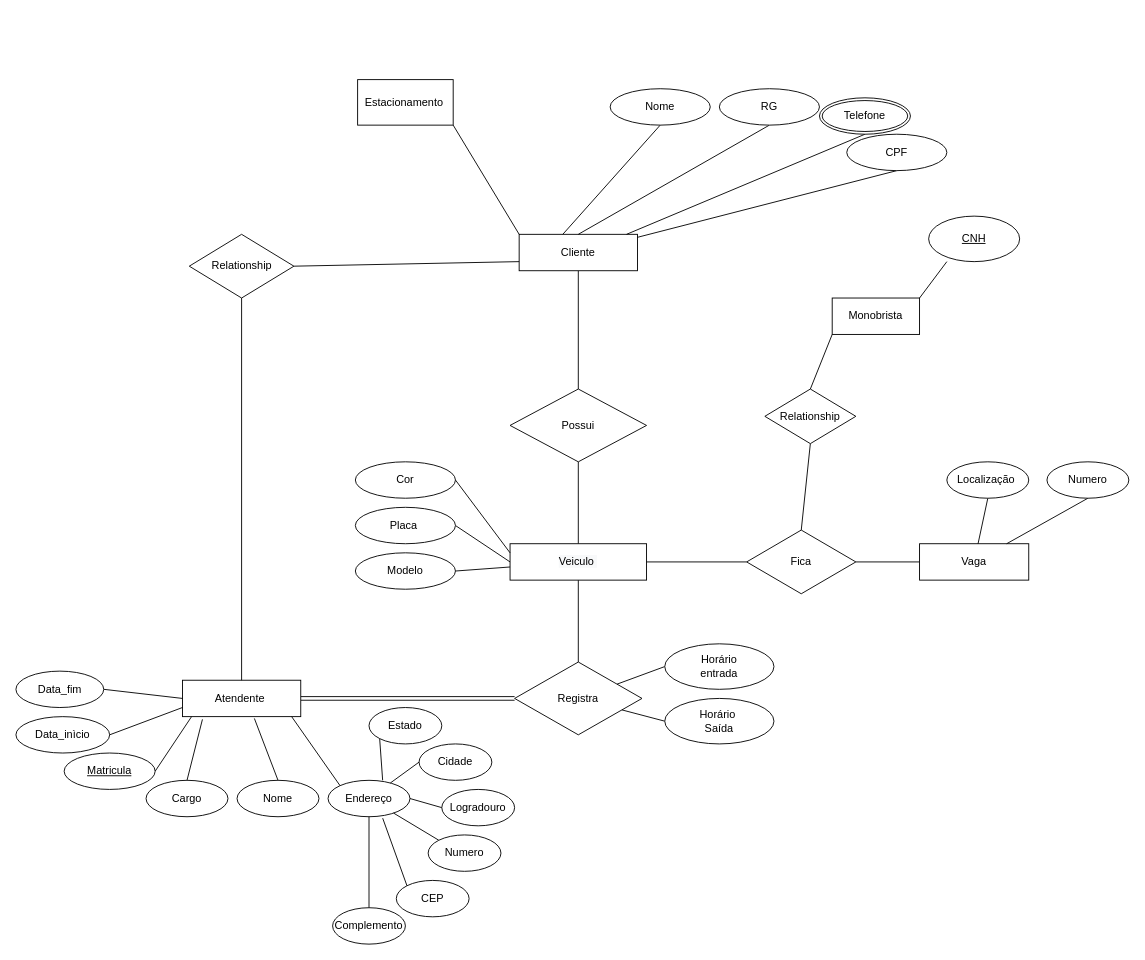
Before: page "Page-1" (1 of 3) of AC2 - BD.drawio in sgmtec1/banco-de-dados, a draw.io diagram. Source tidied: cells renumbered, new cells numbered last; positions are measured from the earlier drawing's top-left corner, leaving out a move shared by most shapes. Both pictures are drawn from the tidied source at 91%, with x=0, y=0 at pixel (15, 79).
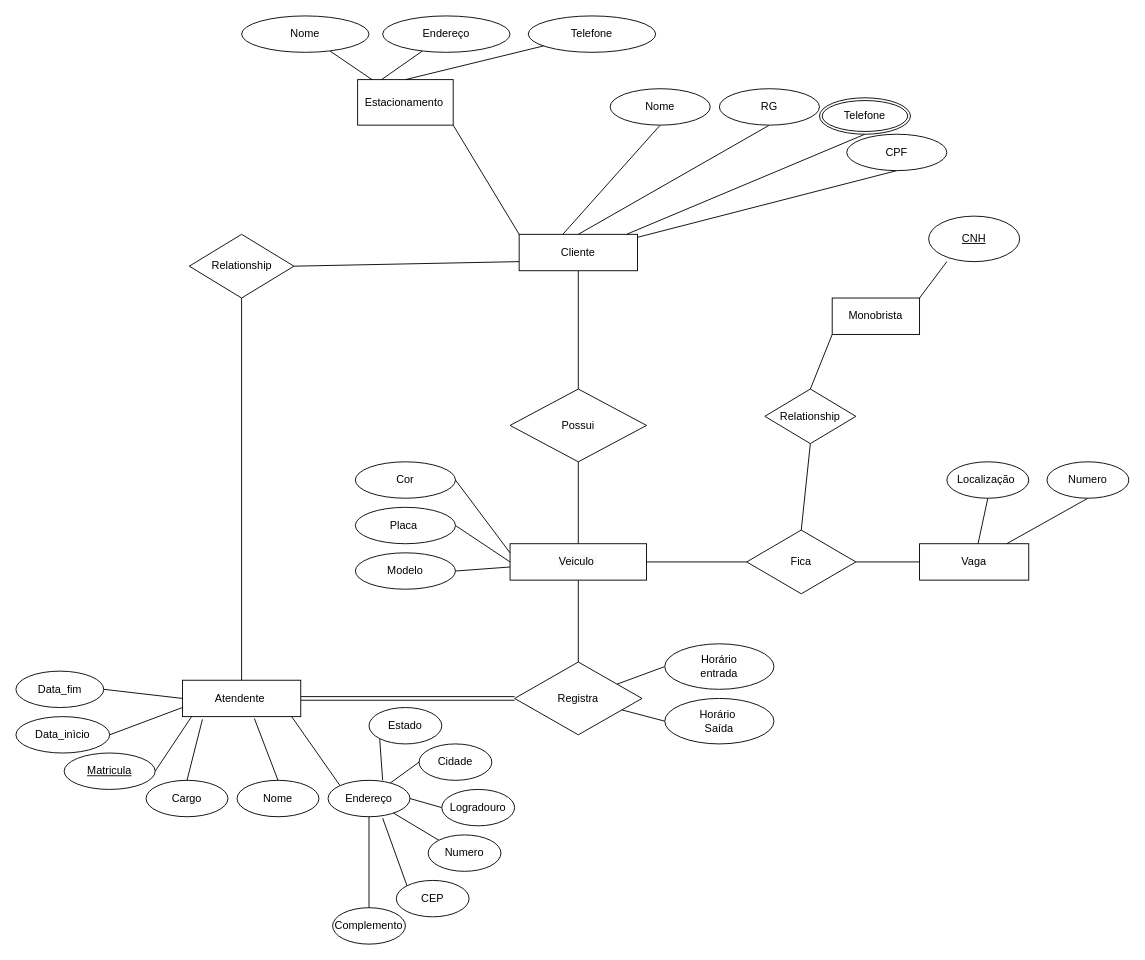
After the change.

The change refers to these unchanged cells:
```xml
<mxCell id="71" value="Estacionamento&amp;nbsp;" style="rounded=0;whiteSpace=wrap;html=1;" parent="1" vertex="1">
  <mxGeometry x="375.5" width="105" height="50" as="geometry" />
</mxCell>
```

Change to the diagram source:
```diff
@@
+    <mxCell id="72" style="rounded=0;jettySize=auto;html=1;endArrow=none;endFill=0;" parent="1" edge="1" source="73" target="71">
+      <mxGeometry relative="1" as="geometry" />
+    </mxCell>
+    <mxCell id="73" value="Nome" style="ellipse;whiteSpace=wrap;html=1;" parent="1" vertex="1">
+      <mxGeometry x="248" y="-70" width="140" height="40" as="geometry" />
+    </mxCell>
+    <mxCell id="74" style="edgeStyle=none;rounded=0;jettySize=auto;html=1;entryX=0.25;entryY=0;entryDx=0;entryDy=0;endArrow=none;endFill=0;" parent="1" edge="1" source="75" target="71">
+      <mxGeometry relative="1" as="geometry" />
+    </mxCell>
+    <mxCell id="75" value="Endereço" style="ellipse;whiteSpace=wrap;html=1;" parent="1" vertex="1">
+      <mxGeometry x="403" y="-70" width="140" height="40" as="geometry" />
+    </mxCell>
+    <mxCell id="76" style="edgeStyle=none;rounded=0;jettySize=auto;html=1;entryX=0.5;entryY=0;entryDx=0;entryDy=0;endArrow=none;endFill=0;" parent="1" edge="1" source="77" target="71">
+      <mxGeometry relative="1" as="geometry" />
+    </mxCell>
+    <mxCell id="77" value="Telefone" style="ellipse;whiteSpace=wrap;html=1;" parent="1" vertex="1">
+      <mxGeometry x="563" y="-70" width="140" height="40" as="geometry" />
+    </mxCell>
```
